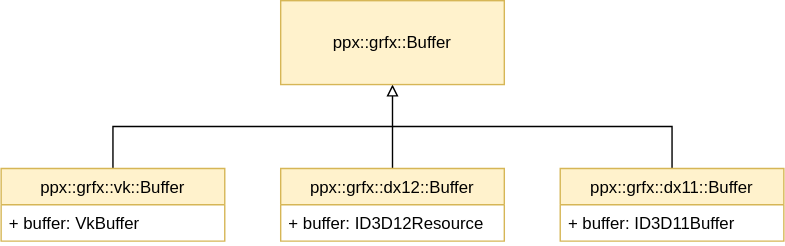
Earlier version of the draw.io export docs/media/ObjectHierarchy.svg (google/bigwheels). Source tidied: cells renumbered, new cells last; positions are measured from the earlier drawing's top-left corner, leaving out a move shared by most shapes.
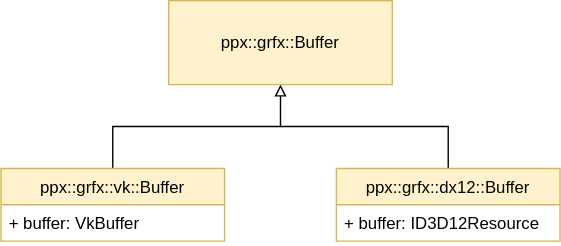
After the commit.

The edit, as a diff of the source:
```diff
@@ -2,48 +2,36 @@
   <root>
     <mxCell id="0" />
     <mxCell id="1" parent="0" />
-    <mxCell id="2" style="edgeStyle=orthogonalEdgeStyle;rounded=0;jettySize=auto;html=1;endArrow=none;endFill=0;exitX=0.5;exitY=0;exitDx=0;exitDy=0;" parent="1" edge="1" source="8">
+    <mxCell id="2" style="edgeStyle=orthogonalEdgeStyle;rounded=0;jettySize=auto;html=1;endArrow=none;endFill=0;exitX=0.5;exitY=0;exitDx=0;exitDy=0;" parent="1" edge="1" source="7">
       <mxGeometry relative="1" as="geometry">
-        <mxPoint x="280" y="90" as="targetPoint" />
+        <mxPoint x="400" y="-30" as="targetPoint" />
+        <Array as="points">
+          <mxPoint x="520" y="-30" />
+        </Array>
       </mxGeometry>
     </mxCell>
-    <mxCell id="3" style="edgeStyle=orthogonalEdgeStyle;rounded=0;jettySize=auto;html=1;exitX=0.5;exitY=0;exitDx=0;exitDy=0;entryX=0.5;entryY=1;entryDx=0;entryDy=0;endArrow=block;endFill=0;" parent="1" edge="1" source="6" target="5">
+    <mxCell id="3" style="edgeStyle=orthogonalEdgeStyle;rounded=0;jettySize=auto;html=1;exitX=0.5;exitY=0;exitDx=0;exitDy=0;entryX=0.5;entryY=1;entryDx=0;entryDy=0;endArrow=block;endFill=0;" parent="1" edge="1" source="5" target="4">
       <mxGeometry relative="1" as="geometry">
         <Array as="points">
-          <mxPoint x="80" y="90" />
-          <mxPoint x="280" y="90" />
+          <mxPoint x="280" y="-30" />
+          <mxPoint x="400" y="-30" />
         </Array>
       </mxGeometry>
     </mxCell>
-    <mxCell id="4" style="edgeStyle=orthogonalEdgeStyle;rounded=0;orthogonalLoop=1;jettySize=auto;html=1;endArrow=none;endFill=0;" parent="1" edge="1">
-      <mxGeometry relative="1" as="geometry">
-        <mxPoint x="480" y="120" as="sourcePoint" />
-        <mxPoint x="280" y="90" as="targetPoint" />
-        <Array as="points">
-          <mxPoint x="480" y="90" />
-        </Array>
-      </mxGeometry>
+    <mxCell id="4" value="ppx::grfx::Buffer" style="rounded=0;whiteSpace=wrap;html=1;fillColor=#fff2cc;strokeColor=#d6b656;" parent="1" vertex="1">
+      <mxGeometry x="320" y="-120" width="160" height="60" as="geometry" />
     </mxCell>
-    <mxCell id="5" value="ppx::grfx::Buffer" style="rounded=0;whiteSpace=wrap;html=1;fillColor=#fff2cc;strokeColor=#d6b656;" parent="1" vertex="1">
-      <mxGeometry x="200" width="160" height="60" as="geometry" />
+    <mxCell id="5" value="ppx::grfx::vk::Buffer" style="swimlane;fontStyle=0;horizontal=1;startSize=26;fillColor=#fff2cc;strokeColor=#d6b656;" parent="1" vertex="1">
+      <mxGeometry x="200" width="160" height="52" as="geometry" />
     </mxCell>
-    <mxCell id="6" value="ppx::grfx::vk::Buffer" style="swimlane;fontStyle=0;horizontal=1;startSize=26;fillColor=#fff2cc;strokeColor=#d6b656;" parent="1" vertex="1">
-      <mxGeometry y="120" width="160" height="52" as="geometry" />
+    <mxCell id="6" value="+ buffer: VkBuffer" style="text;strokeColor=none;fillColor=none;align=left;verticalAlign=top;spacingLeft=4;spacingRight=4;overflow=hidden;points=[[0,0.5],[1,0.5]];portConstraint=eastwest;" parent="5" vertex="1">
+      <mxGeometry y="26" width="160" height="26" as="geometry" />
     </mxCell>
-    <mxCell id="7" value="+ buffer: VkBuffer" style="text;strokeColor=none;fillColor=none;align=left;verticalAlign=top;spacingLeft=4;spacingRight=4;overflow=hidden;points=[[0,0.5],[1,0.5]];portConstraint=eastwest;" parent="6" vertex="1">
-      <mxGeometry y="26" width="160" height="26" as="geometry" />
+    <mxCell id="7" value="ppx::grfx::dx12::Buffer" style="swimlane;fontStyle=0;horizontal=1;startSize=26;fillColor=#fff2cc;strokeColor=#d6b656;" parent="1" vertex="1">
+      <mxGeometry x="440" width="160" height="52" as="geometry" />
     </mxCell>
-    <mxCell id="8" value="ppx::grfx::dx12::Buffer" style="swimlane;fontStyle=0;horizontal=1;startSize=26;fillColor=#fff2cc;strokeColor=#d6b656;" parent="1" vertex="1">
-      <mxGeometry x="200" y="120" width="160" height="52" as="geometry" />
+    <mxCell id="8" value="+ buffer: ID3D12Resource" style="text;strokeColor=none;fillColor=none;align=left;verticalAlign=top;spacingLeft=4;spacingRight=4;overflow=hidden;points=[[0,0.5],[1,0.5]];portConstraint=eastwest;" parent="7" vertex="1">
+      <mxGeometry y="26" width="160" height="26" as="geometry" />
     </mxCell>
-    <mxCell id="9" value="+ buffer: ID3D12Resource" style="text;strokeColor=none;fillColor=none;align=left;verticalAlign=top;spacingLeft=4;spacingRight=4;overflow=hidden;" parent="8" vertex="1">
-      <mxGeometry y="26" width="160" height="26" as="geometry" />
-    </mxCell>
-    <mxCell id="10" value="ppx::grfx::dx11::Buffer" style="swimlane;fontStyle=0;horizontal=1;startSize=26;fillColor=#fff2cc;strokeColor=#d6b656;" parent="1" vertex="1">
-      <mxGeometry x="400" y="120" width="160" height="52" as="geometry" />
-    </mxCell>
-    <mxCell id="11" value="+ buffer: ID3D11Buffer" style="text;strokeColor=none;fillColor=none;align=left;verticalAlign=top;spacingLeft=4;spacingRight=4;overflow=hidden;" parent="10" vertex="1">
-      <mxGeometry y="26" width="160" height="26" as="geometry" />
-    </mxCell>
   </root>
 </mxGraphModel>
```
